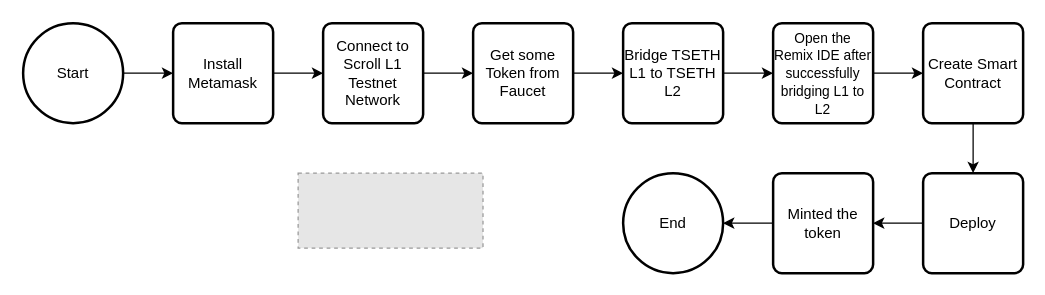
Above: Scroll L2 Flowchart.drawio in hanggaa/Diagram (draw.io), before the change. Source tidied: cells renumbered, new cells numbered last; positions are measured from the earlier drawing's top-left corner, leaving out a move shared by most shapes. Both pictures are drawn from the tidied source at 125%, with x=0, y=0 at pixel (22, 22). Pictures stored in the file or linked from it are replaced by grey dashed boxes.
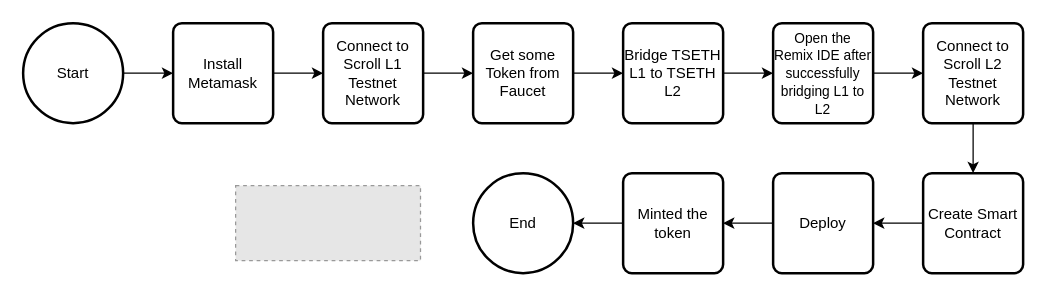
The same diagram, later.

The change refers to these unchanged cells:
```xml
<mxCell id="13" value="&lt;font style=&quot;font-size: 11px;&quot;&gt;Open the Remix IDE after successfully bridging L1 to L2&lt;/font&gt;" style="rounded=1;whiteSpace=wrap;html=1;absoluteArcSize=1;arcSize=14;strokeWidth=2;" parent="1" vertex="1">
  <mxGeometry x="600" width="80" height="80" as="geometry" />
</mxCell>
```

What changed in the source:
```diff
@@
-    <mxCell id="12" style="edgeStyle=orthogonalEdgeStyle;rounded=0;jettySize=auto;html=1;exitX=1;exitY=0.5;exitDx=0;exitDy=0;entryX=0;entryY=0.5;entryDx=0;entryDy=0;" parent="1" edge="1" source="13" target="15">
-      <mxGeometry relative="1" as="geometry" />
-    </mxCell>
+    <mxCell id="22" style="edgeStyle=orthogonalEdgeStyle;rounded=0;jettySize=auto;html=1;exitX=1;exitY=0.5;exitDx=0;exitDy=0;entryX=0;entryY=0.5;entryDx=0;entryDy=0;" parent="1" edge="1" source="13" target="24">
+      <mxGeometry relative="1" as="geometry" />
+    </mxCell>
@@
-    <mxCell id="14" style="edgeStyle=orthogonalEdgeStyle;rounded=0;jettySize=auto;html=1;exitX=0.5;exitY=1;exitDx=0;exitDy=0;entryX=0.5;entryY=0;entryDx=0;entryDy=0;" parent="1" edge="1" source="15" target="17">
+    <mxCell id="14" style="edgeStyle=orthogonalEdgeStyle;rounded=0;jettySize=auto;html=1;exitX=0;exitY=0.5;exitDx=0;exitDy=0;entryX=1;entryY=0.5;entryDx=0;entryDy=0;" parent="1" edge="1" source="15" target="17">
       <mxGeometry relative="1" as="geometry" />
     </mxCell>
     <mxCell id="15" value="&lt;font style=&quot;font-size: 12px;&quot;&gt;Create Smart Contract&lt;/font&gt;" style="rounded=1;whiteSpace=wrap;html=1;absoluteArcSize=1;arcSize=14;strokeWidth=2;" parent="1" vertex="1">
-      <mxGeometry x="720" width="80" height="80" as="geometry" />
+      <mxGeometry x="720" y="120" width="80" height="80" as="geometry" />
     </mxCell>
@@
     <mxCell id="17" value="&lt;font style=&quot;font-size: 12px;&quot;&gt;Deploy&lt;/font&gt;" style="rounded=1;whiteSpace=wrap;html=1;absoluteArcSize=1;arcSize=14;strokeWidth=2;" parent="1" vertex="1">
-      <mxGeometry x="720" y="120" width="80" height="80" as="geometry" />
+      <mxGeometry x="600" y="120" width="80" height="80" as="geometry" />
     </mxCell>
     <mxCell id="18" value="End" style="strokeWidth=2;html=1;shape=mxgraph.flowchart.start_2;whiteSpace=wrap;" parent="1" vertex="1">
-      <mxGeometry x="480" y="120" width="80" height="80" as="geometry" />
+      <mxGeometry x="360" y="120" width="80" height="80" as="geometry" />
     </mxCell>
@@
     <mxCell id="20" value="&lt;font style=&quot;font-size: 12px;&quot;&gt;Minted the token&lt;/font&gt;" style="rounded=1;whiteSpace=wrap;html=1;absoluteArcSize=1;arcSize=14;strokeWidth=2;" parent="1" vertex="1">
-      <mxGeometry x="600" y="120" width="80" height="80" as="geometry" />
+      <mxGeometry x="480" y="120" width="80" height="80" as="geometry" />
     </mxCell>
     <mxCell id="21" style="fillColor=#E6E6E6;strokeColor=#999999;dashed=1;verticalLabelPosition=bottom;labelBackgroundColor=default;verticalAlign=top;" parent="1" vertex="1">
-      <mxGeometry x="220" y="120" width="147.9" height="60" as="geometry" />
+      <mxGeometry x="170" y="130" width="147.9" height="60" as="geometry" />
     </mxCell>
+    <mxCell id="23" style="edgeStyle=orthogonalEdgeStyle;rounded=0;jettySize=auto;html=1;exitX=0.5;exitY=1;exitDx=0;exitDy=0;entryX=0.5;entryY=0;entryDx=0;entryDy=0;" parent="1" edge="1" source="24" target="15">
+      <mxGeometry relative="1" as="geometry" />
+    </mxCell>
+    <mxCell id="24" value="Connect to Scroll L2 Testnet Network" style="rounded=1;whiteSpace=wrap;html=1;absoluteArcSize=1;arcSize=14;strokeWidth=2;" parent="1" vertex="1">
+      <mxGeometry x="720" width="80" height="80" as="geometry" />
+    </mxCell>
```
